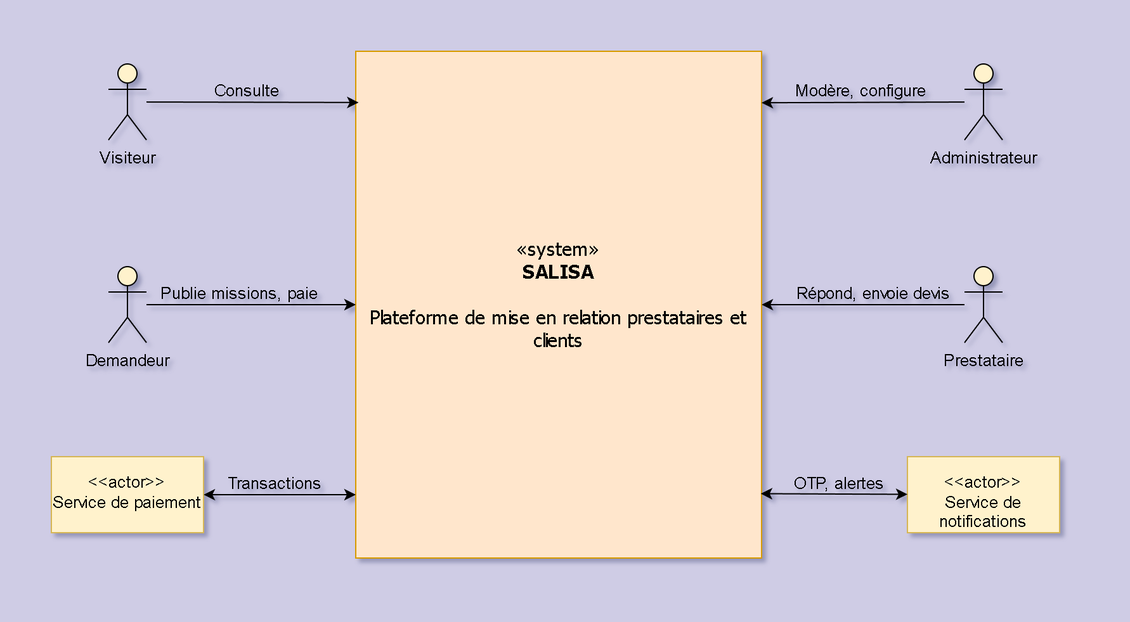
Before: images/diagramme_contexte_statique.png, a diagram exported from draw.io (KazeHolloway/Projet_LaTex). Source tidied: cells renumbered, new cells last; positions are measured from the earlier drawing's top-left corner, leaving out a move shared by most shapes. Its diagram source:
```xml
<mxGraphModel background="light-dark(#cfcce5, #121212)">
  <root>
    <mxCell id="0" />
    <mxCell id="1" parent="0" />
    <mxCell id="2" value="«system»&lt;br&gt;&lt;b&gt;SALISA&lt;/b&gt;&lt;div&gt;&lt;b&gt;&lt;br&gt;&lt;/b&gt;&lt;/div&gt;&lt;div&gt;Plateforme de mise en relation prestataires et clients&lt;/div&gt;&lt;div&gt;&lt;br&gt;&lt;/div&gt;" style="html=1;whiteSpace=wrap;fillColor=#ffe6cc;strokeColor=#d79b00;gradientColor=none;fillStyle=solid;rounded=0;glass=0;shadow=0;labelBackgroundColor=none;fontColor=default;fontSize=15;fontFamily=Tahoma;verticalAlign=middle;" parent="1" vertex="1">
      <mxGeometry x="240" width="320" height="400" as="geometry" />
    </mxCell>
    <mxCell id="3" value="Administrateur" style="shape=umlActor;html=1;verticalLabelPosition=bottom;verticalAlign=top;align=center;rounded=0;fillColor=#fff2cc;strokeColor=#000000;fontSize=13;" parent="1" vertex="1">
      <mxGeometry x="720" y="10" width="30" height="60" as="geometry" />
    </mxCell>
    <mxCell id="4" value="Demandeur" style="shape=umlActor;html=1;verticalLabelPosition=bottom;verticalAlign=top;align=center;rounded=0;fillColor=#fff2cc;strokeColor=#000000;fontSize=13;" parent="1" vertex="1">
      <mxGeometry x="45" y="170" width="30" height="60" as="geometry" />
    </mxCell>
    <mxCell id="5" value="Visiteur" style="shape=umlActor;html=1;verticalLabelPosition=bottom;verticalAlign=top;align=center;rounded=0;fillColor=#fff2cc;strokeColor=#000000;fontSize=13;" parent="1" vertex="1">
      <mxGeometry x="45" y="10" width="30" height="60" as="geometry" />
    </mxCell>
    <mxCell id="6" value="Prestataire" style="shape=umlActor;html=1;verticalLabelPosition=bottom;verticalAlign=top;align=center;rounded=0;shadow=0;fillColor=#fff2cc;strokeColor=#000000;fontSize=13;" parent="1" vertex="1">
      <mxGeometry x="720" y="170" width="30" height="60" as="geometry" />
    </mxCell>
    <mxCell id="7" style="rounded=0;jettySize=auto;html=1;entryX=0.007;entryY=0.076;entryDx=0;entryDy=0;entryPerimeter=0;" parent="1" edge="1" source="5">
      <mxGeometry relative="1" as="geometry">
        <mxPoint x="242.2" y="40.4" as="targetPoint" />
      </mxGeometry>
    </mxCell>
    <mxCell id="8" value="Consulte" style="edgeLabel;html=1;align=center;verticalAlign=middle;labelBackgroundColor=none;fontSize=13;textShadow=0;" parent="7" vertex="1">
      <mxGeometry x="-0.13" y="-2" relative="1" as="geometry">
        <mxPoint x="6" y="-12" as="offset" />
      </mxGeometry>
    </mxCell>
    <mxCell id="9" style="rounded=0;jettySize=auto;html=1;entryX=0;entryY=0.5;entryDx=0;entryDy=0;" parent="1" edge="1" source="4" target="2">
      <mxGeometry relative="1" as="geometry" />
    </mxCell>
    <mxCell id="10" value="Publie missions, paie" style="edgeLabel;html=1;align=center;verticalAlign=middle;fontSize=13;labelBackgroundColor=none;labelBorderColor=none;" parent="9" vertex="1">
      <mxGeometry x="-0.12" y="3" relative="1" as="geometry">
        <mxPoint y="-7" as="offset" />
      </mxGeometry>
    </mxCell>
    <mxCell id="11" style="rounded=0;jettySize=auto;html=1;entryX=1;entryY=0.5;entryDx=0;entryDy=0;" parent="1" edge="1" source="6" target="2">
      <mxGeometry relative="1" as="geometry" />
    </mxCell>
    <mxCell id="12" value="Répond, envoie devis" style="edgeLabel;html=1;align=center;verticalAlign=middle;labelBackgroundColor=none;fontSize=13;" parent="11" vertex="1">
      <mxGeometry x="-0.1" y="-1" relative="1" as="geometry">
        <mxPoint y="-9" as="offset" />
      </mxGeometry>
    </mxCell>
    <mxCell id="13" style="rounded=0;jettySize=auto;html=1;entryX=0.999;entryY=0.289;entryDx=0;entryDy=0;entryPerimeter=0;" parent="1" edge="1" source="3">
      <mxGeometry relative="1" as="geometry">
        <mxPoint x="560" y="40.6" as="targetPoint" />
      </mxGeometry>
    </mxCell>
    <mxCell id="14" value="Modère, configure" style="edgeLabel;html=1;align=center;verticalAlign=middle;fontSize=13;fontColor=default;labelBackgroundColor=none;" parent="13" vertex="1">
      <mxGeometry x="0.02" y="-2" relative="1" as="geometry">
        <mxPoint y="-8" as="offset" />
      </mxGeometry>
    </mxCell>
    <mxCell id="15" value="&lt;p&gt;&amp;lt;&amp;lt;actor&amp;gt;&amp;gt;&lt;br&gt;Service de paiement&lt;/p&gt;" style="shape=rect;html=1;overflow=fill;whiteSpace=wrap;align=center;fillColor=#fff2cc;strokeColor=#d6b656;fontSize=13;" parent="1" vertex="1">
      <mxGeometry y="320" width="120" height="60" as="geometry" />
    </mxCell>
    <mxCell id="16" value="&lt;p&gt;&amp;lt;&amp;lt;actor&amp;gt;&amp;gt;&lt;br&gt;Service de notifications&lt;/p&gt;" style="shape=rect;html=1;overflow=fill;whiteSpace=wrap;align=center;fillColor=#fff2cc;strokeColor=#d6b656;fontSize=13;verticalAlign=middle;" parent="1" vertex="1">
      <mxGeometry x="675" y="320" width="120" height="60" as="geometry" />
    </mxCell>
    <mxCell id="17" style="rounded=0;jettySize=auto;html=1;entryX=0;entryY=0.875;entryDx=0;entryDy=0;entryPerimeter=0;startArrow=classic;startFill=1;endArrow=classic;endFill=1;" parent="1" edge="1" source="15" target="2">
      <mxGeometry relative="1" as="geometry" />
    </mxCell>
    <mxCell id="18" value="Transactions" style="edgeLabel;html=1;align=center;verticalAlign=middle;fontSize=13;labelBackgroundColor=none;" parent="17" vertex="1">
      <mxGeometry x="-0.07" y="-1" relative="1" as="geometry">
        <mxPoint y="-11" as="offset" />
      </mxGeometry>
    </mxCell>
    <mxCell id="19" style="rounded=0;jettySize=auto;html=1;entryX=0.998;entryY=0.873;entryDx=0;entryDy=0;entryPerimeter=0;startArrow=classic;startFill=1;endArrow=classic;endFill=1;" parent="1" edge="1" source="16" target="2">
      <mxGeometry relative="1" as="geometry" />
    </mxCell>
    <mxCell id="20" value="OTP, alertes" style="edgeLabel;html=1;align=center;verticalAlign=middle;labelBackgroundColor=none;fontSize=13;" parent="19" vertex="1">
      <mxGeometry x="-0.05" y="1" relative="1" as="geometry">
        <mxPoint y="-10" as="offset" />
      </mxGeometry>
    </mxCell>
  </root>
</mxGraphModel>
```
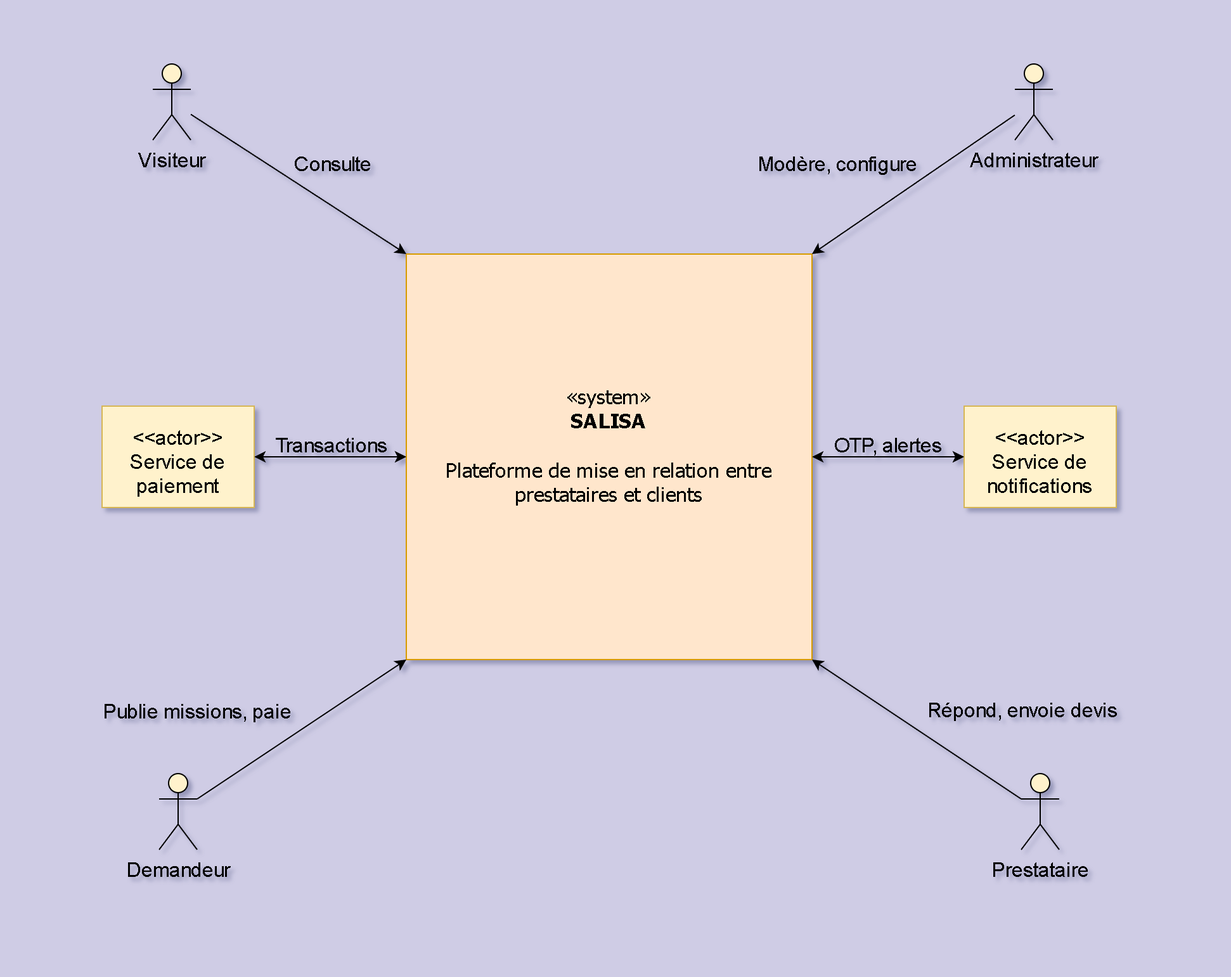
Above is the later version.

Commit message:
Ajout des diagrammes (déploiement et contexte statique) au chapitre II : Analyse et conception

What changed in the source:
```diff
@@ -2,77 +2,73 @@
   <root>
     <mxCell id="0" />
     <mxCell id="1" parent="0" />
-    <mxCell id="2" value="«system»&lt;br&gt;&lt;b&gt;SALISA&lt;/b&gt;&lt;div&gt;&lt;b&gt;&lt;br&gt;&lt;/b&gt;&lt;/div&gt;&lt;div&gt;Plateforme de mise en relation prestataires et clients&lt;/div&gt;&lt;div&gt;&lt;br&gt;&lt;/div&gt;" style="html=1;whiteSpace=wrap;fillColor=#ffe6cc;strokeColor=#d79b00;gradientColor=none;fillStyle=solid;rounded=0;glass=0;shadow=0;labelBackgroundColor=none;fontColor=default;fontSize=15;fontFamily=Tahoma;verticalAlign=middle;" parent="1" vertex="1">
-      <mxGeometry x="240" width="320" height="400" as="geometry" />
+    <mxCell id="2" value="«system»&lt;br&gt;&lt;b&gt;SALISA&lt;/b&gt;&lt;div&gt;&lt;b&gt;&lt;br&gt;&lt;/b&gt;&lt;/div&gt;&lt;div&gt;Plateforme de mise en relation entre prestataires et clients&lt;/div&gt;&lt;div&gt;&lt;br&gt;&lt;/div&gt;" style="html=1;whiteSpace=wrap;fillColor=#ffe6cc;strokeColor=#d79b00;gradientColor=none;fillStyle=solid;rounded=0;glass=0;shadow=0;labelBackgroundColor=none;fontColor=default;fontSize=16;fontFamily=Tahoma;verticalAlign=middle;" parent="1" vertex="1">
+      <mxGeometry x="280" y="160" width="320" height="320" as="geometry" />
     </mxCell>
-    <mxCell id="3" value="Administrateur" style="shape=umlActor;html=1;verticalLabelPosition=bottom;verticalAlign=top;align=center;rounded=0;fillColor=#fff2cc;strokeColor=#000000;fontSize=13;" parent="1" vertex="1">
-      <mxGeometry x="720" y="10" width="30" height="60" as="geometry" />
+    <mxCell id="3" value="Administrateur" style="shape=umlActor;html=1;verticalLabelPosition=bottom;verticalAlign=top;align=center;rounded=0;fillColor=#fff2cc;strokeColor=#000000;fontSize=16;" parent="1" vertex="1">
+      <mxGeometry x="760" y="10" width="30" height="60" as="geometry" />
     </mxCell>
-    <mxCell id="4" value="Demandeur" style="shape=umlActor;html=1;verticalLabelPosition=bottom;verticalAlign=top;align=center;rounded=0;fillColor=#fff2cc;strokeColor=#000000;fontSize=13;" parent="1" vertex="1">
-      <mxGeometry x="45" y="170" width="30" height="60" as="geometry" />
+    <mxCell id="4" value="Demandeur" style="shape=umlActor;html=1;verticalLabelPosition=bottom;verticalAlign=top;align=center;rounded=0;fillColor=#fff2cc;strokeColor=#000000;fontSize=16;" parent="1" vertex="1">
+      <mxGeometry x="85" y="570" width="30" height="60" as="geometry" />
     </mxCell>
-    <mxCell id="5" value="Visiteur" style="shape=umlActor;html=1;verticalLabelPosition=bottom;verticalAlign=top;align=center;rounded=0;fillColor=#fff2cc;strokeColor=#000000;fontSize=13;" parent="1" vertex="1">
-      <mxGeometry x="45" y="10" width="30" height="60" as="geometry" />
+    <mxCell id="5" value="Visiteur" style="shape=umlActor;html=1;verticalLabelPosition=bottom;verticalAlign=top;align=center;rounded=0;fillColor=#fff2cc;strokeColor=#000000;fontSize=16;" parent="1" vertex="1">
+      <mxGeometry x="80" y="10" width="30" height="60" as="geometry" />
     </mxCell>
-    <mxCell id="6" value="Prestataire" style="shape=umlActor;html=1;verticalLabelPosition=bottom;verticalAlign=top;align=center;rounded=0;shadow=0;fillColor=#fff2cc;strokeColor=#000000;fontSize=13;" parent="1" vertex="1">
-      <mxGeometry x="720" y="170" width="30" height="60" as="geometry" />
+    <mxCell id="6" value="Prestataire" style="shape=umlActor;html=1;verticalLabelPosition=bottom;verticalAlign=top;align=center;rounded=0;shadow=0;fillColor=#fff2cc;strokeColor=#000000;fontSize=16;" parent="1" vertex="1">
+      <mxGeometry x="765" y="570" width="30" height="60" as="geometry" />
     </mxCell>
-    <mxCell id="7" style="rounded=0;jettySize=auto;html=1;entryX=0.007;entryY=0.076;entryDx=0;entryDy=0;entryPerimeter=0;" parent="1" edge="1" source="5">
-      <mxGeometry relative="1" as="geometry">
-        <mxPoint x="242.2" y="40.4" as="targetPoint" />
-      </mxGeometry>
+    <mxCell id="7" style="rounded=0;jettySize=auto;html=1;entryX=0;entryY=0;entryDx=0;entryDy=0;fontSize=16;" parent="1" edge="1" source="5" target="2">
+      <mxGeometry relative="1" as="geometry" />
     </mxCell>
-    <mxCell id="8" value="Consulte" style="edgeLabel;html=1;align=center;verticalAlign=middle;labelBackgroundColor=none;fontSize=13;textShadow=0;" parent="7" vertex="1">
+    <mxCell id="8" value="Consulte" style="edgeLabel;html=1;align=center;verticalAlign=middle;labelBackgroundColor=none;fontSize=16;textShadow=0;" parent="7" vertex="1">
       <mxGeometry x="-0.13" y="-2" relative="1" as="geometry">
-        <mxPoint x="6" y="-12" as="offset" />
+        <mxPoint x="39" y="-11" as="offset" />
       </mxGeometry>
     </mxCell>
-    <mxCell id="9" style="rounded=0;jettySize=auto;html=1;entryX=0;entryY=0.5;entryDx=0;entryDy=0;" parent="1" edge="1" source="4" target="2">
+    <mxCell id="9" style="rounded=0;jettySize=auto;html=1;entryX=0;entryY=1;entryDx=0;entryDy=0;fontSize=16;" parent="1" edge="1" source="4" target="2">
       <mxGeometry relative="1" as="geometry" />
     </mxCell>
-    <mxCell id="10" value="Publie missions, paie" style="edgeLabel;html=1;align=center;verticalAlign=middle;fontSize=13;labelBackgroundColor=none;labelBorderColor=none;" parent="9" vertex="1">
+    <mxCell id="10" value="Publie missions, paie" style="edgeLabel;html=1;align=center;verticalAlign=middle;fontSize=16;labelBackgroundColor=none;labelBorderColor=none;" parent="9" vertex="1">
       <mxGeometry x="-0.12" y="3" relative="1" as="geometry">
-        <mxPoint y="-7" as="offset" />
+        <mxPoint x="-71" y="-19" as="offset" />
       </mxGeometry>
     </mxCell>
-    <mxCell id="11" style="rounded=0;jettySize=auto;html=1;entryX=1;entryY=0.5;entryDx=0;entryDy=0;" parent="1" edge="1" source="6" target="2">
+    <mxCell id="11" style="rounded=0;jettySize=auto;html=1;entryX=1;entryY=1;entryDx=0;entryDy=0;fontSize=16;" parent="1" edge="1" source="6" target="2">
       <mxGeometry relative="1" as="geometry" />
     </mxCell>
-    <mxCell id="12" value="Répond, envoie devis" style="edgeLabel;html=1;align=center;verticalAlign=middle;labelBackgroundColor=none;fontSize=13;" parent="11" vertex="1">
+    <mxCell id="12" value="Répond, envoie devis" style="edgeLabel;html=1;align=center;verticalAlign=middle;labelBackgroundColor=none;fontSize=16;" parent="11" vertex="1">
       <mxGeometry x="-0.1" y="-1" relative="1" as="geometry">
-        <mxPoint y="-9" as="offset" />
+        <mxPoint x="74" y="-20" as="offset" />
       </mxGeometry>
     </mxCell>
-    <mxCell id="13" style="rounded=0;jettySize=auto;html=1;entryX=0.999;entryY=0.289;entryDx=0;entryDy=0;entryPerimeter=0;" parent="1" edge="1" source="3">
-      <mxGeometry relative="1" as="geometry">
-        <mxPoint x="560" y="40.6" as="targetPoint" />
-      </mxGeometry>
+    <mxCell id="13" style="rounded=0;jettySize=auto;html=1;entryX=1;entryY=0;entryDx=0;entryDy=0;fontSize=16;" parent="1" edge="1" source="3" target="2">
+      <mxGeometry relative="1" as="geometry" />
     </mxCell>
-    <mxCell id="14" value="Modère, configure" style="edgeLabel;html=1;align=center;verticalAlign=middle;fontSize=13;fontColor=default;labelBackgroundColor=none;" parent="13" vertex="1">
+    <mxCell id="14" value="Modère, configure" style="edgeLabel;html=1;align=center;verticalAlign=middle;fontSize=16;fontColor=default;labelBackgroundColor=none;" parent="13" vertex="1">
       <mxGeometry x="0.02" y="-2" relative="1" as="geometry">
-        <mxPoint y="-8" as="offset" />
+        <mxPoint x="-57" y="-17" as="offset" />
       </mxGeometry>
     </mxCell>
-    <mxCell id="15" value="&lt;p&gt;&amp;lt;&amp;lt;actor&amp;gt;&amp;gt;&lt;br&gt;Service de paiement&lt;/p&gt;" style="shape=rect;html=1;overflow=fill;whiteSpace=wrap;align=center;fillColor=#fff2cc;strokeColor=#d6b656;fontSize=13;" parent="1" vertex="1">
-      <mxGeometry y="320" width="120" height="60" as="geometry" />
+    <mxCell id="15" value="&lt;p&gt;&amp;lt;&amp;lt;actor&amp;gt;&amp;gt;&lt;br&gt;Service de paiement&lt;/p&gt;" style="shape=rect;html=1;overflow=fill;whiteSpace=wrap;align=center;fillColor=#fff2cc;strokeColor=#d6b656;fontSize=16;" parent="1" vertex="1">
+      <mxGeometry x="40" y="280" width="120" height="80" as="geometry" />
     </mxCell>
-    <mxCell id="16" value="&lt;p&gt;&amp;lt;&amp;lt;actor&amp;gt;&amp;gt;&lt;br&gt;Service de notifications&lt;/p&gt;" style="shape=rect;html=1;overflow=fill;whiteSpace=wrap;align=center;fillColor=#fff2cc;strokeColor=#d6b656;fontSize=13;verticalAlign=middle;" parent="1" vertex="1">
-      <mxGeometry x="675" y="320" width="120" height="60" as="geometry" />
+    <mxCell id="16" value="&lt;p&gt;&amp;lt;&amp;lt;actor&amp;gt;&amp;gt;&lt;br&gt;Service de notifications&lt;/p&gt;" style="shape=rect;html=1;overflow=fill;whiteSpace=wrap;align=center;fillColor=#fff2cc;strokeColor=#d6b656;fontSize=16;verticalAlign=top;" parent="1" vertex="1">
+      <mxGeometry x="720" y="280" width="120" height="80" as="geometry" />
     </mxCell>
-    <mxCell id="17" style="rounded=0;jettySize=auto;html=1;entryX=0;entryY=0.875;entryDx=0;entryDy=0;entryPerimeter=0;startArrow=classic;startFill=1;endArrow=classic;endFill=1;" parent="1" edge="1" source="15" target="2">
+    <mxCell id="17" style="rounded=0;jettySize=auto;html=1;entryX=0;entryY=0.5;entryDx=0;entryDy=0;startArrow=classic;startFill=1;endArrow=classic;endFill=1;exitX=1;exitY=0.5;exitDx=0;exitDy=0;fontSize=16;" parent="1" edge="1" source="15" target="2">
       <mxGeometry relative="1" as="geometry" />
     </mxCell>
-    <mxCell id="18" value="Transactions" style="edgeLabel;html=1;align=center;verticalAlign=middle;fontSize=13;labelBackgroundColor=none;" parent="17" vertex="1">
+    <mxCell id="18" value="Transactions" style="edgeLabel;html=1;align=center;verticalAlign=middle;fontSize=16;labelBackgroundColor=none;" parent="17" vertex="1">
       <mxGeometry x="-0.07" y="-1" relative="1" as="geometry">
-        <mxPoint y="-11" as="offset" />
+        <mxPoint x="4" y="-11" as="offset" />
       </mxGeometry>
     </mxCell>
-    <mxCell id="19" style="rounded=0;jettySize=auto;html=1;entryX=0.998;entryY=0.873;entryDx=0;entryDy=0;entryPerimeter=0;startArrow=classic;startFill=1;endArrow=classic;endFill=1;" parent="1" edge="1" source="16" target="2">
+    <mxCell id="19" style="rounded=0;jettySize=auto;html=1;entryX=1;entryY=0.5;entryDx=0;entryDy=0;startArrow=classic;startFill=1;endArrow=classic;endFill=1;fontSize=16;" parent="1" edge="1" source="16" target="2">
       <mxGeometry relative="1" as="geometry" />
     </mxCell>
-    <mxCell id="20" value="OTP, alertes" style="edgeLabel;html=1;align=center;verticalAlign=middle;labelBackgroundColor=none;fontSize=13;" parent="19" vertex="1">
+    <mxCell id="20" value="OTP, alertes" style="edgeLabel;html=1;align=center;verticalAlign=middle;labelBackgroundColor=none;fontSize=16;" parent="19" vertex="1">
       <mxGeometry x="-0.05" y="1" relative="1" as="geometry">
-        <mxPoint y="-10" as="offset" />
+        <mxPoint x="-3" y="-11" as="offset" />
       </mxGeometry>
     </mxCell>
   </root>
```
